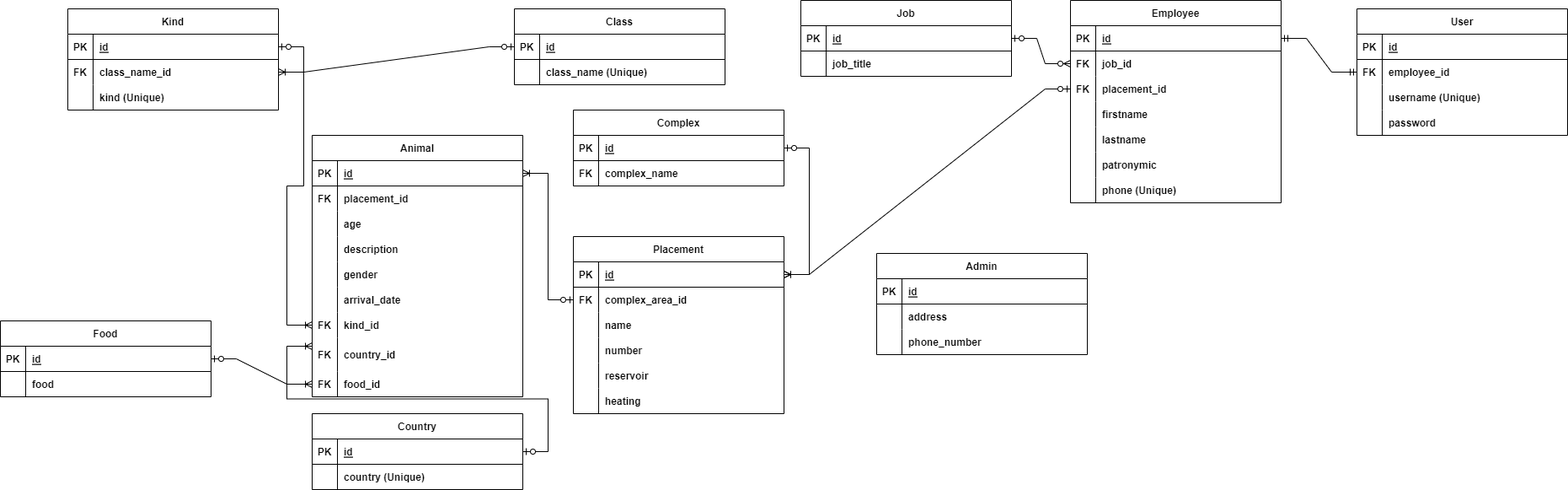
Earlier version of the draw.io export диаграмма.png (lberdnik/zoo-app). Source tidied: cells renumbered, new cells last; positions are measured from the earlier drawing's top-left corner, leaving out a move shared by most shapes.
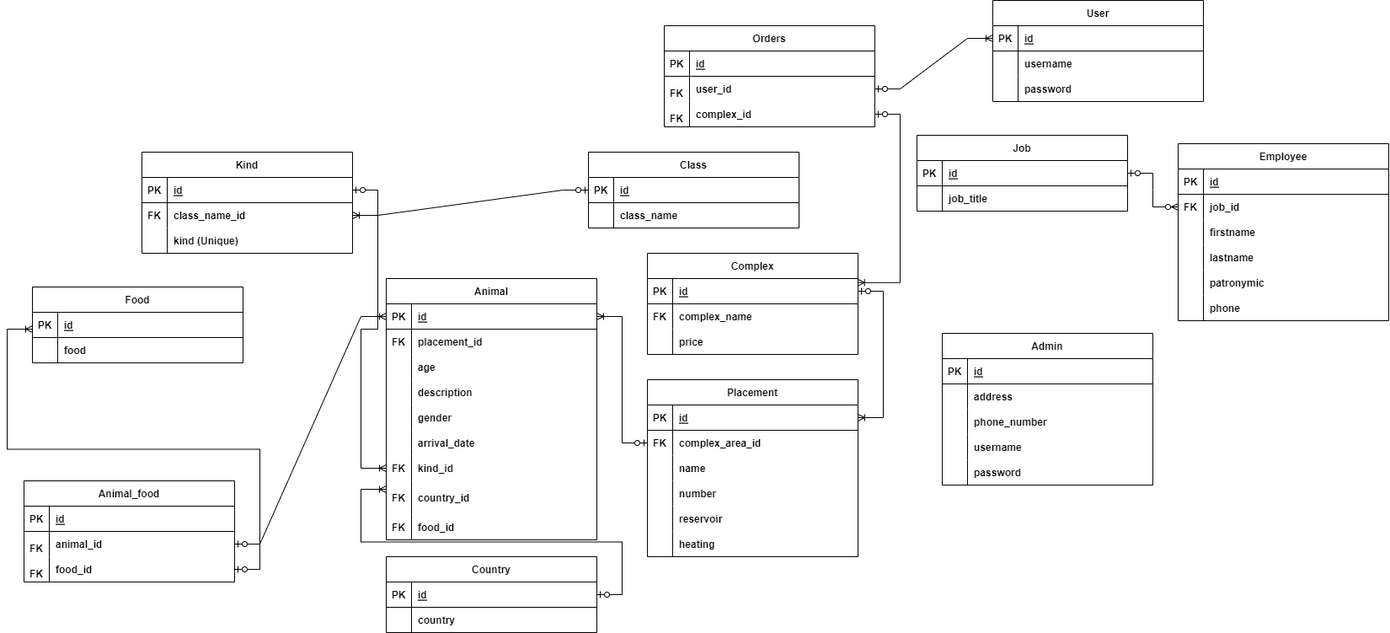
The same file after the commit.

What changed in the source:
```diff
@@ -5,3 +5,3 @@
     <mxCell id="2" value="User" style="shape=table;startSize=30;rowLines=0;fontStyle=1;align=center;" parent="1" vertex="1">
-      <mxGeometry x="1610" y="40" width="250" height="150" as="geometry" />
+      <mxGeometry x="1090" y="-140" width="250" height="120" as="geometry" />
     </mxCell>
@@ -16,13 +16,4 @@
     </mxCell>
-    <mxCell id="6" style="shape=partialRectangle;fillColor=none;points=[[0,0.5],[1,0.5]];portConstraint=eastwest;top=0;left=0;right=0;bottom=0;" parent="2" vertex="1">
-      <mxGeometry y="60" width="250" height="30" as="geometry" />
-    </mxCell>
-    <mxCell id="7" value="FK" style="shape=partialRectangle;overflow=hidden;fillColor=none;top=0;left=0;bottom=0;right=0;fontStyle=1;" parent="6" vertex="1">
-      <mxGeometry width="30" height="30" as="geometry" />
-    </mxCell>
-    <mxCell id="8" value="employee_id" style="shape=partialRectangle;overflow=hidden;fillColor=none;top=0;left=0;bottom=0;right=0;align=left;spacingLeft=6;fontStyle=1;" parent="6" vertex="1">
-      <mxGeometry x="30" width="220" height="30" as="geometry" />
-    </mxCell>
     <mxCell id="9" style="shape=partialRectangle;fillColor=none;top=0;left=0;right=0;bottom=0;" parent="2" vertex="1">
-      <mxGeometry y="90" width="250" height="30" as="geometry" />
+      <mxGeometry y="60" width="250" height="30" as="geometry" />
     </mxCell>
@@ -31,3 +22,3 @@
     </mxCell>
-    <mxCell id="11" value="username (Unique)" style="shape=partialRectangle;overflow=hidden;fillColor=none;top=0;left=0;bottom=0;right=0;align=left;spacingLeft=6;fontStyle=1;" parent="9" vertex="1">
+    <mxCell id="11" value="username" style="shape=partialRectangle;overflow=hidden;fillColor=none;top=0;left=0;bottom=0;right=0;align=left;spacingLeft=6;fontStyle=1;" parent="9" vertex="1">
       <mxGeometry x="30" width="220" height="30" as="geometry" />
@@ -35,3 +26,3 @@
     <mxCell id="12" style="shape=partialRectangle;fillColor=none;top=0;left=0;right=0;bottom=0;" parent="2" vertex="1">
-      <mxGeometry y="120" width="250" height="30" as="geometry" />
+      <mxGeometry y="90" width="250" height="30" as="geometry" />
     </mxCell>
@@ -44,3 +35,3 @@
     <mxCell id="15" value="Employee" style="shape=table;startSize=30;rowLines=0;fontStyle=1;align=center;" parent="1" vertex="1">
-      <mxGeometry x="1270" y="30" width="250" height="240" as="geometry" />
+      <mxGeometry x="1310" y="30" width="250" height="210" as="geometry" />
     </mxCell>
@@ -64,13 +55,4 @@
     </mxCell>
-    <mxCell id="22" style="shape=partialRectangle;fillColor=none;points=[[0,0.5],[1,0.5]];portConstraint=eastwest;top=0;left=0;right=0;bottom=0;" parent="15" vertex="1">
-      <mxGeometry y="90" width="250" height="30" as="geometry" />
-    </mxCell>
-    <mxCell id="23" style="shape=partialRectangle;overflow=hidden;fillColor=none;top=0;left=0;bottom=0;right=0;fontStyle=1;" parent="22" vertex="1">
-      <mxGeometry width="30" height="30" as="geometry" />
-    </mxCell>
-    <mxCell id="24" value="placement_id" style="shape=partialRectangle;overflow=hidden;fillColor=none;top=0;left=0;bottom=0;right=0;align=left;spacingLeft=6;fontStyle=1;" parent="22" vertex="1">
-      <mxGeometry x="30" width="220" height="30" as="geometry" />
-    </mxCell>
     <mxCell id="25" style="shape=partialRectangle;fillColor=none;top=0;left=0;right=0;bottom=0;" parent="15" vertex="1">
-      <mxGeometry y="120" width="250" height="30" as="geometry" />
+      <mxGeometry y="90" width="250" height="30" as="geometry" />
     </mxCell>
@@ -83,3 +65,3 @@
     <mxCell id="28" style="shape=partialRectangle;fillColor=none;top=0;left=0;right=0;bottom=0;" parent="15" vertex="1">
-      <mxGeometry y="150" width="250" height="30" as="geometry" />
+      <mxGeometry y="120" width="250" height="30" as="geometry" />
     </mxCell>
@@ -92,3 +74,3 @@
     <mxCell id="31" style="shape=partialRectangle;fillColor=none;top=0;left=0;right=0;bottom=0;" parent="15" vertex="1">
-      <mxGeometry y="180" width="250" height="30" as="geometry" />
+      <mxGeometry y="150" width="250" height="30" as="geometry" />
     </mxCell>
@@ -101,3 +83,3 @@
     <mxCell id="34" style="shape=partialRectangle;fillColor=none;top=0;left=0;right=0;bottom=0;" parent="15" vertex="1">
-      <mxGeometry y="210" width="250" height="30" as="geometry" />
+      <mxGeometry y="180" width="250" height="30" as="geometry" />
     </mxCell>
@@ -106,3 +88,3 @@
     </mxCell>
-    <mxCell id="36" value="phone (Unique)" style="shape=partialRectangle;overflow=hidden;fillColor=none;top=0;left=0;bottom=0;right=0;align=left;spacingLeft=6;fontStyle=1;" parent="34" vertex="1">
+    <mxCell id="36" value="phone " style="shape=partialRectangle;overflow=hidden;fillColor=none;top=0;left=0;bottom=0;right=0;align=left;spacingLeft=6;fontStyle=1;" parent="34" vertex="1">
       <mxGeometry x="30" width="220" height="30" as="geometry" />
@@ -110,3 +92,3 @@
     <mxCell id="37" value="Admin" style="shape=table;startSize=30;rowLines=0;fontStyle=1;align=center;" parent="1" vertex="1">
-      <mxGeometry x="1040" y="330" width="250" height="120" as="geometry" />
+      <mxGeometry x="1030" y="255" width="250" height="180" as="geometry" />
     </mxCell>
@@ -139,4 +121,22 @@
     </mxCell>
+    <mxCell id="149" style="shape=partialRectangle;fillColor=none;top=0;left=0;right=0;bottom=0;" parent="37" vertex="1">
+      <mxGeometry y="120" width="250" height="30" as="geometry" />
+    </mxCell>
+    <mxCell id="150" style="shape=partialRectangle;overflow=hidden;fillColor=none;top=0;left=0;bottom=0;right=0;fontStyle=1;" parent="149" vertex="1">
+      <mxGeometry width="30" height="30" as="geometry" />
+    </mxCell>
+    <mxCell id="151" value="username" style="shape=partialRectangle;overflow=hidden;fillColor=none;top=0;left=0;bottom=0;right=0;align=left;spacingLeft=6;fontStyle=1;" parent="149" vertex="1">
+      <mxGeometry x="30" width="220" height="30" as="geometry" />
+    </mxCell>
+    <mxCell id="152" style="shape=partialRectangle;fillColor=none;top=0;left=0;right=0;bottom=0;" parent="37" vertex="1">
+      <mxGeometry y="150" width="250" height="30" as="geometry" />
+    </mxCell>
+    <mxCell id="153" style="shape=partialRectangle;overflow=hidden;fillColor=none;top=0;left=0;bottom=0;right=0;fontStyle=1;" parent="152" vertex="1">
+      <mxGeometry width="30" height="30" as="geometry" />
+    </mxCell>
+    <mxCell id="154" value="password" style="shape=partialRectangle;overflow=hidden;fillColor=none;top=0;left=0;bottom=0;right=0;align=left;spacingLeft=6;fontStyle=1;" parent="152" vertex="1">
+      <mxGeometry x="30" width="220" height="30" as="geometry" />
+    </mxCell>
     <mxCell id="47" value="Complex" style="shape=table;startSize=30;rowLines=0;fontStyle=1;align=center;" parent="1" vertex="1">
-      <mxGeometry x="680" y="160" width="250" height="90" as="geometry" />
+      <mxGeometry x="680" y="160" width="250" height="120" as="geometry" />
     </mxCell>
@@ -160,4 +160,13 @@
     </mxCell>
+    <mxCell id="155" style="shape=partialRectangle;fillColor=none;top=0;left=0;right=0;bottom=0;" parent="47" vertex="1">
+      <mxGeometry y="90" width="250" height="30" as="geometry" />
+    </mxCell>
+    <mxCell id="156" style="shape=partialRectangle;overflow=hidden;fillColor=none;top=0;left=0;bottom=0;right=0;fontStyle=1;" parent="155" vertex="1">
+      <mxGeometry width="30" height="30" as="geometry" />
+    </mxCell>
+    <mxCell id="157" value="price" style="shape=partialRectangle;overflow=hidden;fillColor=none;top=0;left=0;bottom=0;right=0;align=left;spacingLeft=6;fontStyle=1;" parent="155" vertex="1">
+      <mxGeometry x="30" width="220" height="30" as="geometry" />
+    </mxCell>
     <mxCell id="54" value="Food" style="shape=table;startSize=30;rowLines=0;fontStyle=1;align=center;" parent="1" vertex="1">
-      <mxGeometry y="410" width="250" height="90" as="geometry" />
+      <mxGeometry x="-50" y="200" width="250" height="90" as="geometry" />
     </mxCell>
@@ -199,3 +208,3 @@
     </mxCell>
-    <mxCell id="67" value="country (Unique)" style="shape=partialRectangle;overflow=hidden;fillColor=none;top=0;left=0;bottom=0;right=0;align=left;spacingLeft=6;fontStyle=1;" parent="65" vertex="1">
+    <mxCell id="67" value="country " style="shape=partialRectangle;overflow=hidden;fillColor=none;top=0;left=0;bottom=0;right=0;align=left;spacingLeft=6;fontStyle=1;" parent="65" vertex="1">
       <mxGeometry x="30" width="220" height="30" as="geometry" />
@@ -307,3 +316,3 @@
     </mxCell>
-    <mxCell id="103" value="class_name (Unique)" style="shape=partialRectangle;overflow=hidden;fillColor=none;top=0;left=0;bottom=0;right=0;align=left;spacingLeft=6;fontStyle=1;" parent="101" vertex="1">
+    <mxCell id="103" value="class_name " style="shape=partialRectangle;overflow=hidden;fillColor=none;top=0;left=0;bottom=0;right=0;align=left;spacingLeft=6;fontStyle=1;" parent="101" vertex="1">
       <mxGeometry x="30" width="220" height="30" as="geometry" />
@@ -395,3 +404,3 @@
     <mxCell id="132" value="Job" style="shape=table;startSize=30;rowLines=0;fontStyle=1;align=center;" parent="1" vertex="1">
-      <mxGeometry x="950" y="30" width="250" height="90" as="geometry" />
+      <mxGeometry x="1000" y="20" width="250" height="90" as="geometry" />
     </mxCell>
@@ -415,5 +424,2 @@
     </mxCell>
-    <mxCell id="139" style="edgeStyle=entityRelationEdgeStyle;fontSize=12;html=1;endArrow=ERmandOne;startArrow=ERmandOne;rounded=0;exitX=1;exitY=0.5;exitDx=0;exitDy=0;entryX=0;entryY=0.5;entryDx=0;entryDy=0;" parent="1" edge="1" source="16" target="6">
-      <mxGeometry relative="1" as="geometry" />
-    </mxCell>
     <mxCell id="140" style="edgeStyle=entityRelationEdgeStyle;fontSize=12;html=1;endArrow=ERoneToMany;startArrow=ERzeroToOne;rounded=0;exitX=1;exitY=0.5;exitDx=0;exitDy=0;entryX=1;entryY=0.5;entryDx=0;entryDy=0;" parent="1" edge="1" source="48" target="69">
@@ -457,15 +463,96 @@
     </mxCell>
-    <mxCell id="146" style="edgeStyle=entityRelationEdgeStyle;fontSize=12;html=1;endArrow=ERoneToMany;startArrow=ERzeroToOne;rounded=0;exitX=1;exitY=0.5;exitDx=0;exitDy=0;entryX=0;entryY=0.5;entryDx=0;entryDy=0;" parent="1" edge="1" source="55" target="129">
-      <mxGeometry relative="1" as="geometry">
-        <Array as="points">
-          <mxPoint x="270" y="572.5" />
-        </Array>
-      </mxGeometry>
-    </mxCell>
-    <mxCell id="147" style="edgeStyle=entityRelationEdgeStyle;fontSize=12;html=1;endArrow=ERoneToMany;startArrow=ERzeroToOne;rounded=0;entryX=1;entryY=0.5;entryDx=0;entryDy=0;exitX=0;exitY=0.5;exitDx=0;exitDy=0;" parent="1" edge="1" source="22" target="69">
-      <mxGeometry relative="1" as="geometry" />
-    </mxCell>
-    <mxCell id="148" value="FK" style="shape=partialRectangle;overflow=hidden;fillColor=none;top=0;left=0;bottom=0;right=0;fontStyle=1;" parent="1" vertex="1">
-      <mxGeometry x="1270" y="120" width="30" height="30" as="geometry" />
-    </mxCell>
+    <mxCell id="158" value="Animal_food" style="shape=table;startSize=30;rowLines=0;fontStyle=1;align=center;" parent="1" vertex="1">
+      <mxGeometry x="-60" y="430" width="250" height="120" as="geometry" />
+    </mxCell>
+    <mxCell id="159" style="shape=partialRectangle;fillColor=none;top=0;left=0;right=0;bottom=1;" parent="158" vertex="1">
+      <mxGeometry y="30" width="250" height="30" as="geometry" />
+    </mxCell>
+    <mxCell id="160" value="PK" style="shape=partialRectangle;overflow=hidden;fillColor=none;top=0;left=0;bottom=0;right=0;fontStyle=1;" parent="159" vertex="1">
+      <mxGeometry width="30" height="30" as="geometry" />
+    </mxCell>
+    <mxCell id="161" value="id" style="shape=partialRectangle;overflow=hidden;fillColor=none;top=0;left=0;bottom=0;right=0;align=left;spacingLeft=6;fontStyle=5;" parent="159" vertex="1">
+      <mxGeometry x="30" width="220" height="30" as="geometry" />
+    </mxCell>
+    <mxCell id="162" style="shape=partialRectangle;fillColor=none;points=[[0,0.5],[1,0.5]];portConstraint=eastwest;top=0;left=0;right=0;bottom=0;" parent="158" vertex="1">
+      <mxGeometry y="60" width="250" height="30" as="geometry" />
+    </mxCell>
+    <mxCell id="163" style="shape=partialRectangle;overflow=hidden;fillColor=none;top=0;left=0;bottom=0;right=0;fontStyle=1;" parent="162" vertex="1">
+      <mxGeometry width="30" height="30" as="geometry" />
+    </mxCell>
+    <mxCell id="164" value="animal_id" style="shape=partialRectangle;overflow=hidden;fillColor=none;top=0;left=0;bottom=0;right=0;align=left;spacingLeft=6;fontStyle=1;" parent="162" vertex="1">
+      <mxGeometry x="30" width="220" height="30" as="geometry" />
+    </mxCell>
+    <mxCell id="165" style="shape=partialRectangle;fillColor=none;points=[[0,0.5],[1,0.5]];portConstraint=eastwest;top=0;left=0;right=0;bottom=0;" parent="158" vertex="1">
+      <mxGeometry y="90" width="250" height="30" as="geometry" />
+    </mxCell>
+    <mxCell id="166" style="shape=partialRectangle;overflow=hidden;fillColor=none;top=0;left=0;bottom=0;right=0;fontStyle=1;" parent="165" vertex="1">
+      <mxGeometry width="30" height="30" as="geometry" />
+    </mxCell>
+    <mxCell id="167" value="food_id" style="shape=partialRectangle;overflow=hidden;fillColor=none;top=0;left=0;bottom=0;right=0;align=left;spacingLeft=6;fontStyle=1;" parent="165" vertex="1">
+      <mxGeometry x="30" width="220" height="30" as="geometry" />
+    </mxCell>
+    <mxCell id="168" value="FK" style="shape=partialRectangle;overflow=hidden;fillColor=none;top=0;left=0;bottom=0;right=0;fontStyle=1;" parent="1" vertex="1">
+      <mxGeometry x="-60" y="490" width="30" height="40" as="geometry" />
+    </mxCell>
+    <mxCell id="169" value="FK" style="shape=partialRectangle;overflow=hidden;fillColor=none;top=0;left=0;bottom=0;right=0;fontStyle=1;" parent="1" vertex="1">
+      <mxGeometry x="-60" y="520" width="30" height="40" as="geometry" />
+    </mxCell>
+    <mxCell id="170" style="edgeStyle=entityRelationEdgeStyle;fontSize=12;html=1;endArrow=ERoneToMany;startArrow=ERzeroToOne;rounded=0;exitX=1;exitY=0.5;exitDx=0;exitDy=0;entryX=0;entryY=0.5;entryDx=0;entryDy=0;" parent="1" edge="1" source="162" target="105">
+      <mxGeometry relative="1" as="geometry" />
+    </mxCell>
+    <mxCell id="171" style="edgeStyle=entityRelationEdgeStyle;fontSize=12;html=1;endArrow=ERoneToMany;startArrow=ERzeroToOne;rounded=0;exitX=1;exitY=0.5;exitDx=0;exitDy=0;" parent="1" edge="1" source="165">
+      <mxGeometry relative="1" as="geometry">
+        <mxPoint x="-50" y="250" as="targetPoint" />
+      </mxGeometry>
+    </mxCell>
+    <mxCell id="172" value="Orders" style="shape=table;startSize=30;rowLines=0;fontStyle=1;align=center;" parent="1" vertex="1">
+      <mxGeometry x="700" y="-110" width="250" height="120" as="geometry" />
+    </mxCell>
+    <mxCell id="173" style="shape=partialRectangle;fillColor=none;top=0;left=0;right=0;bottom=1;" parent="172" vertex="1">
+      <mxGeometry y="30" width="250" height="30" as="geometry" />
+    </mxCell>
+    <mxCell id="174" value="PK" style="shape=partialRectangle;overflow=hidden;fillColor=none;top=0;left=0;bottom=0;right=0;fontStyle=1;" parent="173" vertex="1">
+      <mxGeometry width="30" height="30" as="geometry" />
+    </mxCell>
+    <mxCell id="175" value="id" style="shape=partialRectangle;overflow=hidden;fillColor=none;top=0;left=0;bottom=0;right=0;align=left;spacingLeft=6;fontStyle=5;" parent="173" vertex="1">
+      <mxGeometry x="30" width="220" height="30" as="geometry" />
+    </mxCell>
+    <mxCell id="176" style="shape=partialRectangle;fillColor=none;points=[[0,0.5],[1,0.5]];portConstraint=eastwest;top=0;left=0;right=0;bottom=0;" parent="172" vertex="1">
+      <mxGeometry y="60" width="250" height="30" as="geometry" />
+    </mxCell>
+    <mxCell id="177" style="shape=partialRectangle;overflow=hidden;fillColor=none;top=0;left=0;bottom=0;right=0;fontStyle=1;" parent="176" vertex="1">
+      <mxGeometry width="30" height="30" as="geometry" />
+    </mxCell>
+    <mxCell id="178" value="user_id" style="shape=partialRectangle;overflow=hidden;fillColor=none;top=0;left=0;bottom=0;right=0;align=left;spacingLeft=6;fontStyle=1;" parent="176" vertex="1">
+      <mxGeometry x="30" width="220" height="30" as="geometry" />
+    </mxCell>
+    <mxCell id="179" style="shape=partialRectangle;fillColor=none;points=[[0,0.5],[1,0.5]];portConstraint=eastwest;top=0;left=0;right=0;bottom=0;" parent="172" vertex="1">
+      <mxGeometry y="90" width="250" height="30" as="geometry" />
+    </mxCell>
+    <mxCell id="180" style="shape=partialRectangle;overflow=hidden;fillColor=none;top=0;left=0;bottom=0;right=0;fontStyle=1;" parent="179" vertex="1">
+      <mxGeometry width="30" height="30" as="geometry" />
+    </mxCell>
+    <mxCell id="181" value="complex_id" style="shape=partialRectangle;overflow=hidden;fillColor=none;top=0;left=0;bottom=0;right=0;align=left;spacingLeft=6;fontStyle=1;" parent="179" vertex="1">
+      <mxGeometry x="30" width="220" height="30" as="geometry" />
+    </mxCell>
+    <mxCell id="182" value="FK" style="shape=partialRectangle;overflow=hidden;fillColor=none;top=0;left=0;bottom=0;right=0;fontStyle=1;" parent="1" vertex="1">
+      <mxGeometry x="700" y="-50" width="30" height="40" as="geometry" />
+    </mxCell>
+    <mxCell id="183" value="FK" style="shape=partialRectangle;overflow=hidden;fillColor=none;top=0;left=0;bottom=0;right=0;fontStyle=1;" parent="1" vertex="1">
+      <mxGeometry x="700" y="-20" width="30" height="40" as="geometry" />
+    </mxCell>
+    <mxCell id="184" style="edgeStyle=entityRelationEdgeStyle;fontSize=12;html=1;endArrow=ERoneToMany;startArrow=ERzeroToOne;rounded=0;entryX=0.999;entryY=0.16;entryDx=0;entryDy=0;entryPerimeter=0;" parent="1" edge="1" source="179" target="48">
+      <mxGeometry relative="1" as="geometry">
+        <Array as="points">
+          <mxPoint x="1210" y="-15" />
+        </Array>
+      </mxGeometry>
+    </mxCell>
+    <mxCell id="185" style="edgeStyle=entityRelationEdgeStyle;fontSize=12;html=1;endArrow=ERoneToMany;startArrow=ERzeroToOne;rounded=0;entryX=0;entryY=0.5;entryDx=0;entryDy=0;exitX=1;exitY=0.5;exitDx=0;exitDy=0;" parent="1" edge="1" source="176" target="3">
+      <mxGeometry relative="1" as="geometry">
+        <Array as="points">
+          <mxPoint x="1420" y="-280" />
+        </Array>
+      </mxGeometry>
+    </mxCell>
   </root>
```
